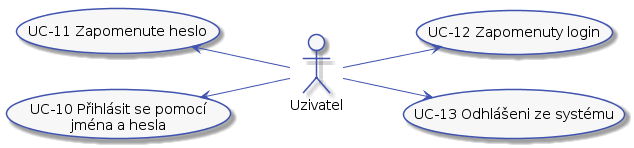
The PlantUML diagram docs/diagrams/out/ucs-uzivatel.png in Internet-Handel/postman, before a commit.
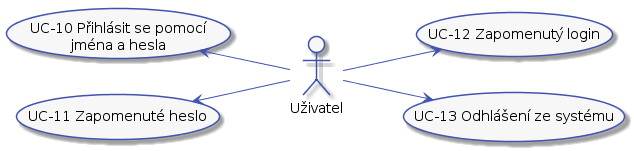
After the change.

Change to the diagram source:
```diff
@@ -7,6 +7,8 @@
     ArrowColor #4053AF
     FontName Roboto
     BackgroundColor #F7F7F7
+    StartColor #4053AF
+    EndColor #4053AF
 }
 
 skinparam activityDiamond {
@@ -38,21 +40,26 @@
 }
 
 skinparam sequence {
-	ParticipantBorderColor #4053AF
-	ParticipantBackgroundColor #F7F7F7
+    ParticipantBorderColor #4053AF
+    ParticipantBackgroundColor #F7F7F7
+}
+
+skinparam note {
+    BorderColor #4053AF
+    BackgroundColor #F7F7F7
 }
 
 left to right direction
 
-actor :Uzivatel: as user
+actor :Uživatel: as user
 
 (UC-10 Přihlásit se pomocí\njména a hesla) as (UC-10)
-(UC-11 Zapomenute heslo) as (UC-11)
-(UC-12 Zapomenuty login) as (UC-12)
-(UC-13 Odhlášeni ze systému) as (UC-13)
+(UC-11 Zapomenuté heslo) as (UC-11)
+(UC-12 Zapomenutý login) as (UC-12)
+(UC-13 Odhlášení ze systému) as (UC-13)
 
+user -up-> (UC-11)
 user -up-> (UC-10)
-user -up-> (UC-11)
 user --> (UC-12)
 user --> (UC-13)
 @enduml
```
